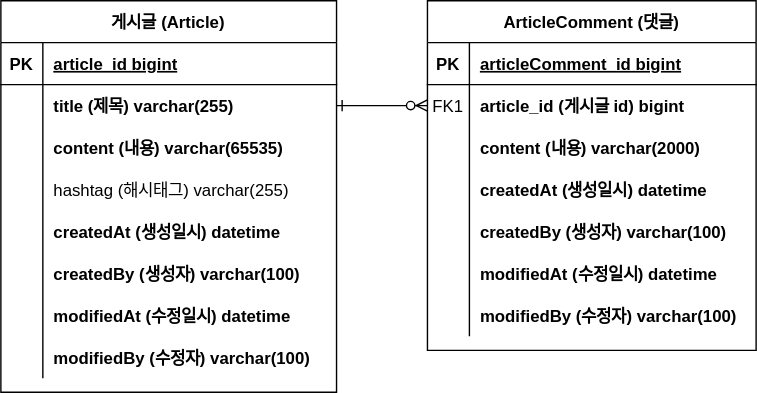
Earlier version of the draw.io export document/ERD_board-project.svg (zena107/board-project). Source tidied: cells renumbered, new cells last; positions are measured from the earlier drawing's top-left corner, leaving out a move shared by most shapes.
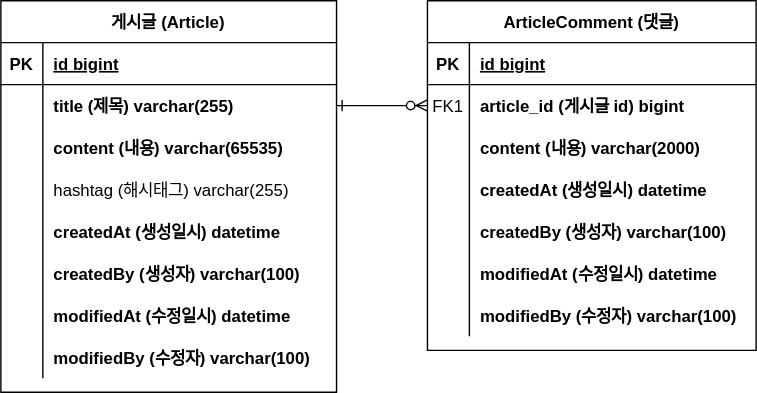
Later version of the same file.

What changed in the source:
```diff
@@ -14,7 +14,7 @@
     <mxCell id="5" value="PK" style="shape=partialRectangle;overflow=hidden;fillColor=none;top=0;left=0;bottom=0;right=0;fontStyle=1;" parent="4" vertex="1">
       <mxGeometry width="30" height="30" as="geometry" />
     </mxCell>
-    <mxCell id="6" value="articleComment_id bigint" style="shape=partialRectangle;overflow=hidden;fillColor=none;top=0;left=0;bottom=0;right=0;align=left;spacingLeft=6;fontStyle=5;" parent="4" vertex="1">
+    <mxCell id="6" value="id bigint" style="shape=partialRectangle;overflow=hidden;fillColor=none;top=0;left=0;bottom=0;right=0;align=left;spacingLeft=6;fontStyle=5;" parent="4" vertex="1">
       <mxGeometry x="30" width="205" height="30" as="geometry" />
     </mxCell>
     <mxCell id="7" style="shape=partialRectangle;fillColor=none;points=[[0,0.5],[1,0.5]];portConstraint=eastwest;top=0;left=0;right=0;bottom=0;" parent="3" vertex="1">
@@ -80,7 +80,7 @@
     <mxCell id="27" value="PK" style="shape=partialRectangle;overflow=hidden;fillColor=none;top=0;left=0;bottom=0;right=0;fontStyle=1;" parent="26" vertex="1">
       <mxGeometry width="30" height="30" as="geometry" />
     </mxCell>
-    <mxCell id="28" value="article_id bigint" style="shape=partialRectangle;overflow=hidden;fillColor=none;top=0;left=0;bottom=0;right=0;align=left;spacingLeft=6;fontStyle=5;" parent="26" vertex="1">
+    <mxCell id="28" value="id bigint" style="shape=partialRectangle;overflow=hidden;fillColor=none;top=0;left=0;bottom=0;right=0;align=left;spacingLeft=6;fontStyle=5;" parent="26" vertex="1">
       <mxGeometry x="30" width="210" height="30" as="geometry" />
     </mxCell>
     <mxCell id="29" style="shape=partialRectangle;fillColor=none;points=[[0,0.5],[1,0.5]];portConstraint=eastwest;top=0;left=0;right=0;bottom=0;" parent="25" vertex="1">
```
